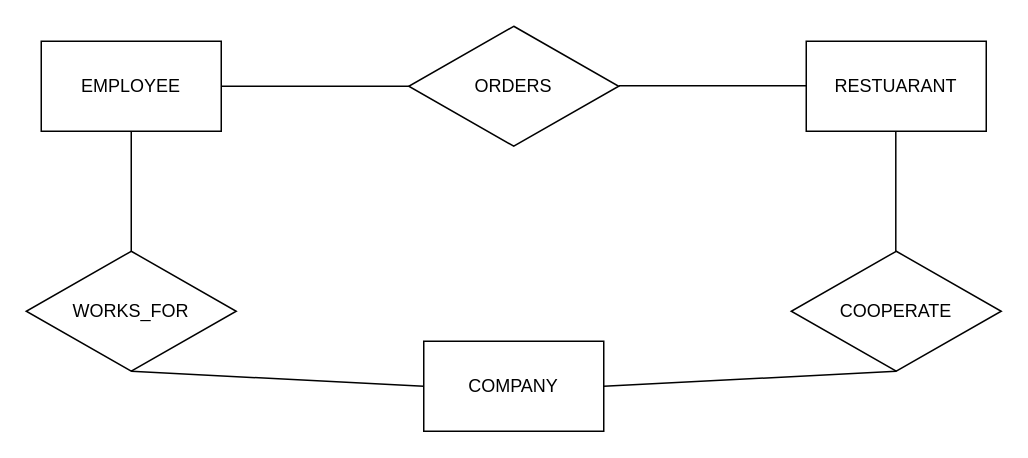
Earlier version of the draw.io diagram Industrial Accociation/Untitled Diagram.drawio (jack77703/Amazon_WebCrawling). Source tidied: cells renumbered, new cells numbered last; positions are measured from the earlier drawing's top-left corner, leaving out a move shared by most shapes. Both pictures are drawn from the tidied source at 150%, with x=0, y=0 at pixel (26, 26).
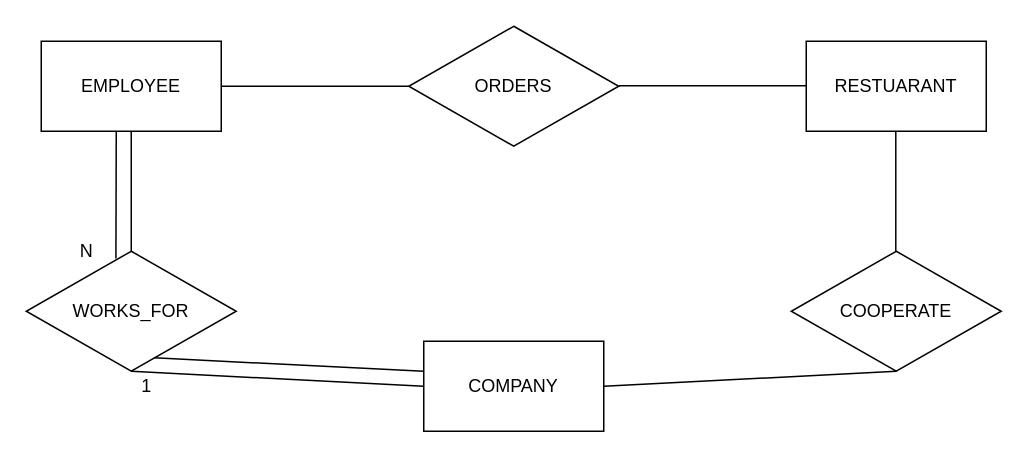
The same diagram, later.

Unchanged cells that the change refers to:
```xml
<mxCell id="8" value="WORKS_FOR" style="rhombus;whiteSpace=wrap;html=1;fontColor=default;strokeColor=default;fillColor=default;" parent="1" vertex="1">
  <mxGeometry y="150" width="140" height="80" as="geometry" />
</mxCell>
```

What changed in the source:
```diff
@@
+    <mxCell id="14" value="N" style="text;html=1;align=center;verticalAlign=middle;strokeColor=none;fillColor=none;fontColor=default;" parent="1" vertex="1">
+      <mxGeometry x="30" y="140" width="20" height="20" as="geometry" />
+    </mxCell>
+    <mxCell id="15" style="endArrow=none;html=1;rounded=0;labelBackgroundColor=default;fontColor=default;strokeColor=default;entryX=0.5;entryY=1;entryDx=0;entryDy=0;exitX=0.427;exitY=0.06;exitDx=0;exitDy=0;exitPerimeter=0;" parent="1" edge="1" source="8">
+      <mxGeometry relative="1" as="geometry">
+        <mxPoint x="60" y="70" as="targetPoint" />
+      </mxGeometry>
+    </mxCell>
+    <mxCell id="16" style="endArrow=none;html=1;rounded=0;labelBackgroundColor=default;fontColor=default;strokeColor=default;exitX=0;exitY=0.5;exitDx=0;exitDy=0;entryX=0.609;entryY=0.888;entryDx=0;entryDy=0;entryPerimeter=0;" parent="1" edge="1" target="8">
+      <mxGeometry relative="1" as="geometry">
+        <mxPoint x="265" y="230" as="sourcePoint" />
+      </mxGeometry>
+    </mxCell>
+    <mxCell id="17" value="1" style="text;html=1;align=center;verticalAlign=middle;strokeColor=none;fillColor=none;fontColor=default;" parent="1" vertex="1">
+      <mxGeometry x="70" y="230" width="20" height="20" as="geometry" />
+    </mxCell>
```
